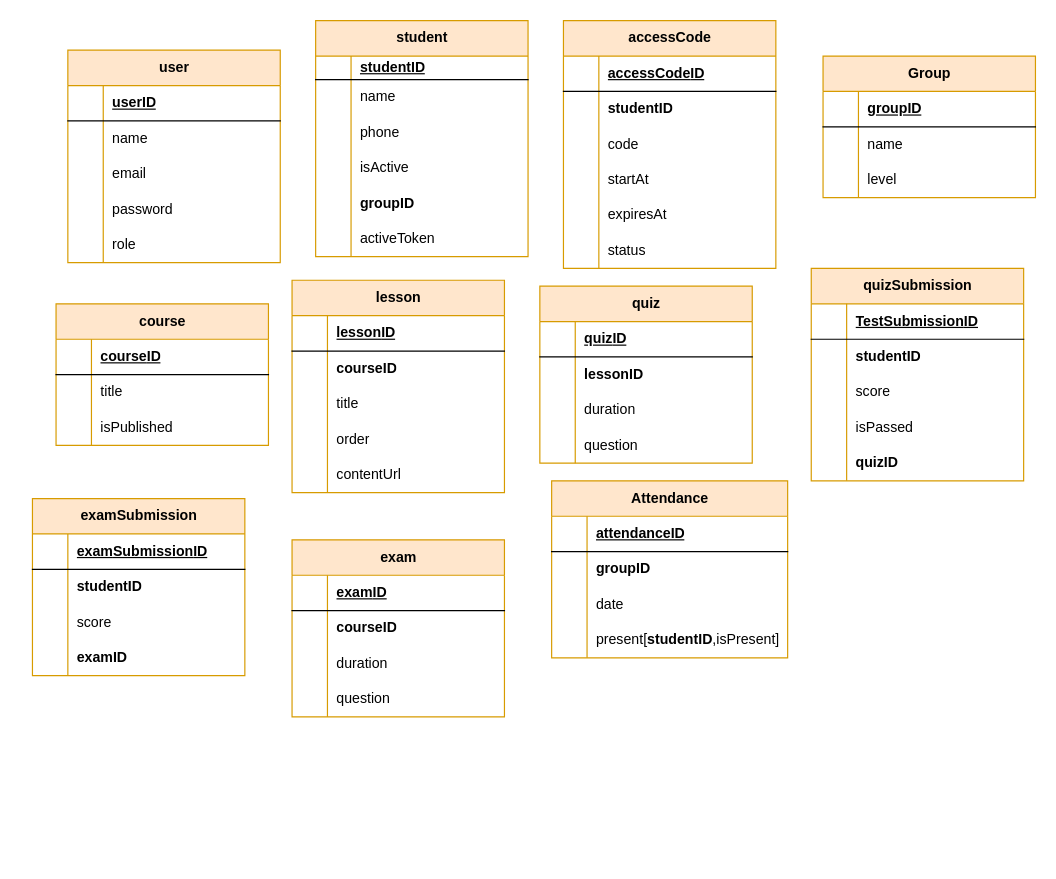
Moharek222/LMS keeps this draw.io diagram as LMS_Backend/Tables/start.drawio. Above is the earlier version. Source tidied: cells renumbered, new cells numbered last; positions are measured from the earlier drawing's top-left corner, leaving out a move shared by most shapes. Both pictures are drawn from the tidied source at 118%, with x=0, y=0 at pixel (32, 20).
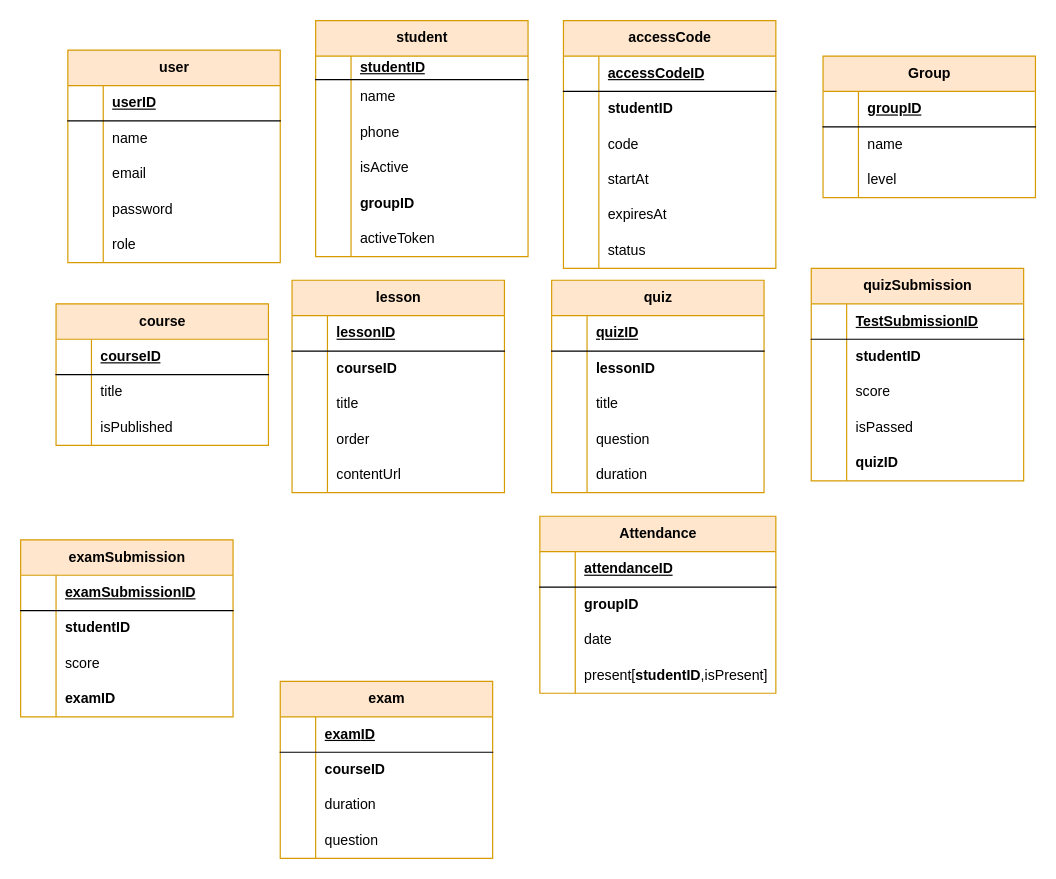
The same diagram, later.

Unchanged cells that the change refers to:
```xml
<mxCell id="125" style="shape=tableRow;horizontal=0;startSize=0;swimlaneHead=0;swimlaneBody=0;fillColor=none;top=0;left=0;right=0;bottom=0;" parent="118" vertex="1">
  <mxGeometry y="90" width="180" height="30" as="geometry" />
</mxCell>
```

Change to the diagram source:
```diff
@@
     <mxCell id="31" value="Attendance" style="shape=table;startSize=30;childLayout=tableLayout;rowLines=0;fontStyle=1;align=center;html=1;fillColor=#ffe6cc;strokeColor=#d79b00;" parent="1" vertex="1">
-      <mxGeometry x="440" y="390" width="200" height="150" as="geometry" />
+      <mxGeometry x="430" y="420" width="200" height="150" as="geometry" />
     </mxCell>
@@
     <mxCell id="105" value="exam" style="shape=table;startSize=30;childLayout=tableLayout;rowLines=0;fontStyle=1;align=center;html=1;fillColor=#ffe6cc;strokeColor=#d79b00;" parent="1" vertex="1">
-      <mxGeometry x="220" y="440" width="180" height="150" as="geometry" />
+      <mxGeometry x="210" y="560" width="180" height="150" as="geometry" />
     </mxCell>
@@
     <mxCell id="118" value="quiz" style="shape=table;startSize=30;childLayout=tableLayout;rowLines=0;fontStyle=1;align=center;html=1;fillColor=#ffe6cc;strokeColor=#d79b00;" parent="1" vertex="1">
-      <mxGeometry x="430" y="225" width="180" height="150" as="geometry" />
+      <mxGeometry x="440" y="220" width="180" height="180" as="geometry" />
     </mxCell>
@@
-    <mxCell id="127" value="duration" style="shape=partialRectangle;fillColor=none;top=0;left=0;bottom=0;right=0;align=left;spacingLeft=6;overflow=hidden;whiteSpace=wrap;html=1;" parent="125" vertex="1">
+    <mxCell id="127" value="title" style="shape=partialRectangle;fillColor=none;top=0;left=0;bottom=0;right=0;align=left;spacingLeft=6;overflow=hidden;whiteSpace=wrap;html=1;" parent="125" vertex="1">
       <mxGeometry x="30" width="150" height="30" as="geometry" />
     </mxCell>
@@
+    <mxCell id="160" style="shape=tableRow;horizontal=0;startSize=0;swimlaneHead=0;swimlaneBody=0;fillColor=none;top=0;left=0;right=0;bottom=0;" parent="118" vertex="1">
+      <mxGeometry y="150" width="180" height="30" as="geometry" />
+    </mxCell>
+    <mxCell id="161" style="shape=partialRectangle;fillColor=none;top=0;left=0;bottom=0;right=0;overflow=hidden;whiteSpace=wrap;html=1;" parent="160" vertex="1">
+      <mxGeometry width="30" height="30" as="geometry" />
+    </mxCell>
+    <mxCell id="162" value="duration" style="shape=partialRectangle;fillColor=none;top=0;left=0;bottom=0;right=0;align=left;spacingLeft=6;overflow=hidden;whiteSpace=wrap;html=1;" parent="160" vertex="1">
+      <mxGeometry x="30" width="150" height="30" as="geometry" />
+    </mxCell>
@@
     <mxCell id="147" value="examSubmission" style="shape=table;startSize=30;childLayout=tableLayout;rowLines=0;fontStyle=1;align=center;html=1;fillColor=#ffe6cc;strokeColor=#d79b00;" parent="1" vertex="1">
-      <mxGeometry y="405" width="180" height="150" as="geometry" />
+      <mxGeometry x="-10" y="440" width="180" height="150" as="geometry" />
     </mxCell>
```
